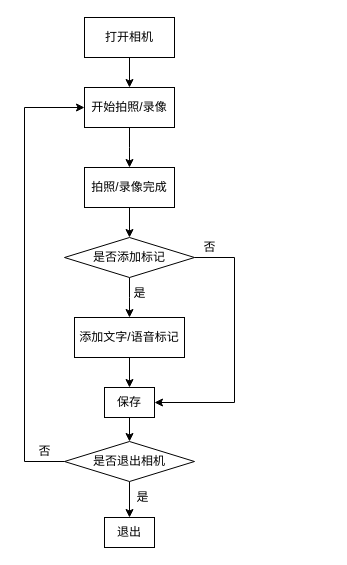
The draw.io diagram page "添加标记时间点-流程图" (1 of 4) of 影像快速标记.drawio in fengli-git/storehouse, before the edit. Source tidied: cells renumbered, new cells numbered last; positions are measured from the earlier drawing's top-left corner, leaving out a move shared by most shapes. Both pictures are drawn from the tidied source at 100%, with x=0, y=0 at pixel (24, 17).
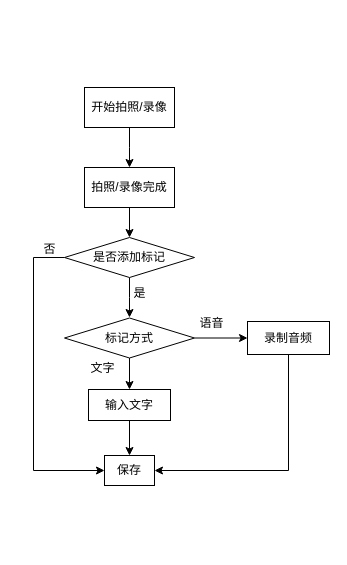
After the change.

Unchanged cells that the change refers to:
```xml
<mxCell id="3" value="开始拍照/录像" style="rounded=0;whiteSpace=wrap;html=1;strokeColor=#000000;" parent="1" vertex="1">
  <mxGeometry x="60" y="70" width="90" height="40" as="geometry" />
</mxCell>
<mxCell id="8" value="是否添加标记" style="rhombus;whiteSpace=wrap;html=1;strokeColor=#000000;" parent="1" vertex="1">
  <mxGeometry x="40" y="220" width="130" height="40" as="geometry" />
</mxCell>
```

What changed in the source:
```diff
@@
-    <mxCell id="7" style="edgeStyle=orthogonalEdgeStyle;rounded=0;jettySize=auto;html=1;exitX=1;exitY=0.5;exitDx=0;exitDy=0;entryX=1;entryY=0.5;entryDx=0;entryDy=0;" parent="1" edge="1" source="8" target="14">
+    <mxCell id="7" style="edgeStyle=orthogonalEdgeStyle;rounded=0;jettySize=auto;html=1;exitX=0;exitY=0.5;exitDx=0;exitDy=0;entryX=0;entryY=0.5;entryDx=0;entryDy=0;" parent="1" edge="1" source="8" target="14">
       <mxGeometry relative="1" as="geometry">
         <Array as="points">
-          <mxPoint x="210" y="240" />
-          <mxPoint x="210" y="385" />
+          <mxPoint x="9" y="240" />
+          <mxPoint x="9" y="453" />
         </Array>
       </mxGeometry>
     </mxCell>
@@
     <mxCell id="9" value="否" style="text;html=1;align=center;verticalAlign=middle;strokeColor=none;" parent="1" vertex="1">
-      <mxGeometry x="170" y="220" width="30" height="20" as="geometry" />
+      <mxGeometry x="10" y="222" width="30" height="20" as="geometry" />
     </mxCell>
@@
     <mxCell id="11" style="edgeStyle=orthogonalEdgeStyle;rounded=0;jettySize=auto;html=1;exitX=0.5;exitY=1;exitDx=0;exitDy=0;" parent="1" edge="1" source="12">
       <mxGeometry relative="1" as="geometry">
-        <mxPoint x="105" y="370" as="targetPoint" />
+        <mxPoint x="105" y="438" as="targetPoint" />
       </mxGeometry>
     </mxCell>
-    <mxCell id="12" value="添加文字/语音标记" style="rounded=0;whiteSpace=wrap;html=1;strokeColor=#000000;" parent="1" vertex="1">
-      <mxGeometry x="50" y="300" width="110" height="40" as="geometry" />
+    <mxCell id="12" value="输入文字" style="rounded=0;whiteSpace=wrap;html=1;strokeColor=#000000;" parent="1" vertex="1">
+      <mxGeometry x="64" y="372" width="82" height="31" as="geometry" />
     </mxCell>
-    <mxCell id="13" style="edgeStyle=orthogonalEdgeStyle;rounded=0;jettySize=auto;html=1;exitX=0.5;exitY=1;exitDx=0;exitDy=0;entryX=0.5;entryY=0;entryDx=0;entryDy=0;" parent="1" edge="1" source="14" target="17">
-      <mxGeometry relative="1" as="geometry" />
-    </mxCell>
     <mxCell id="14" value="保存" style="rounded=0;whiteSpace=wrap;html=1;strokeColor=#000000;" parent="1" vertex="1">
-      <mxGeometry x="80" y="370" width="50" height="30" as="geometry" />
+      <mxGeometry x="80" y="438" width="50" height="30" as="geometry" />
     </mxCell>
-    <mxCell id="15" style="edgeStyle=orthogonalEdgeStyle;rounded=0;jettySize=auto;html=1;exitX=0.5;exitY=1;exitDx=0;exitDy=0;entryX=0.5;entryY=0;entryDx=0;entryDy=0;" parent="1" edge="1" source="17">
-      <mxGeometry relative="1" as="geometry">
-        <mxPoint x="105" y="500" as="targetPoint" />
-      </mxGeometry>
-    </mxCell>
-    <mxCell id="16" style="edgeStyle=orthogonalEdgeStyle;rounded=0;jettySize=auto;html=1;exitX=0;exitY=0.5;exitDx=0;exitDy=0;entryX=0;entryY=0.5;entryDx=0;entryDy=0;" parent="1" edge="1" source="17" target="3">
-      <mxGeometry relative="1" as="geometry">
-        <Array as="points">
-          <mxPoint y="444" />
-          <mxPoint y="90" />
-        </Array>
-      </mxGeometry>
-    </mxCell>
-    <mxCell id="17" value="是否退出相机" style="rhombus;whiteSpace=wrap;html=1;strokeColor=#000000;" parent="1" vertex="1">
-      <mxGeometry x="40" y="424" width="130" height="40" as="geometry" />
-    </mxCell>
-    <mxCell id="18" value="是" style="text;html=1;align=center;verticalAlign=middle;strokeColor=none;" parent="1" vertex="1">
-      <mxGeometry x="103" y="470" width="30" height="20" as="geometry" />
-    </mxCell>
-    <mxCell id="19" value="否" style="text;html=1;align=center;verticalAlign=middle;strokeColor=none;" parent="1" vertex="1">
-      <mxGeometry x="5" y="424" width="30" height="20" as="geometry" />
-    </mxCell>
-    <mxCell id="20" value="退出" style="rounded=0;whiteSpace=wrap;html=1;strokeColor=#000000;" parent="1" vertex="1">
-      <mxGeometry x="80" y="500" width="50" height="30" as="geometry" />
-    </mxCell>
-    <mxCell id="21" style="edgeStyle=orthogonalEdgeStyle;rounded=0;jettySize=auto;html=1;exitX=0.5;exitY=1;exitDx=0;exitDy=0;entryX=0.5;entryY=0;entryDx=0;entryDy=0;" parent="1" edge="1" source="22" target="3">
-      <mxGeometry relative="1" as="geometry" />
-    </mxCell>
-    <mxCell id="22" value="打开相机" style="rounded=0;whiteSpace=wrap;html=1;strokeColor=#000000;" parent="1" vertex="1">
-      <mxGeometry x="60" width="90" height="40" as="geometry" />
-    </mxCell>
+    <mxCell id="23" style="edgeStyle=orthogonalEdgeStyle;rounded=0;jettySize=auto;html=1;exitX=1;exitY=0.5;exitDx=0;exitDy=0;entryX=0;entryY=0.5;entryDx=0;entryDy=0;" parent="1" edge="1" source="25" target="27">
+      <mxGeometry relative="1" as="geometry" />
+    </mxCell>
+    <mxCell id="24" style="edgeStyle=orthogonalEdgeStyle;rounded=0;jettySize=auto;html=1;exitX=0.5;exitY=1;exitDx=0;exitDy=0;entryX=0.5;entryY=0;entryDx=0;entryDy=0;" parent="1" edge="1" source="25" target="12">
+      <mxGeometry relative="1" as="geometry" />
+    </mxCell>
+    <mxCell id="25" value="标记方式" style="rhombus;whiteSpace=wrap;html=1;strokeColor=#000000;" parent="1" vertex="1">
+      <mxGeometry x="40" y="300.5" width="130" height="40" as="geometry" />
+    </mxCell>
+    <mxCell id="26" style="edgeStyle=orthogonalEdgeStyle;rounded=0;jettySize=auto;html=1;exitX=0.5;exitY=1;exitDx=0;exitDy=0;entryX=1;entryY=0.5;entryDx=0;entryDy=0;" parent="1" edge="1" source="27" target="14">
+      <mxGeometry relative="1" as="geometry" />
+    </mxCell>
+    <mxCell id="27" value="录制音频" style="rounded=0;whiteSpace=wrap;html=1;strokeColor=#000000;" parent="1" vertex="1">
+      <mxGeometry x="223" y="304" width="82" height="33" as="geometry" />
+    </mxCell>
+    <mxCell id="28" value="语音" style="text;html=1;align=center;verticalAlign=middle;strokeColor=none;" parent="1" vertex="1">
+      <mxGeometry x="170" y="297" width="34" height="18" as="geometry" />
+    </mxCell>
+    <mxCell id="29" value="文字" style="text;html=1;align=center;verticalAlign=middle;strokeColor=none;" parent="1" vertex="1">
+      <mxGeometry x="61" y="342" width="34" height="18" as="geometry" />
+    </mxCell>
```
